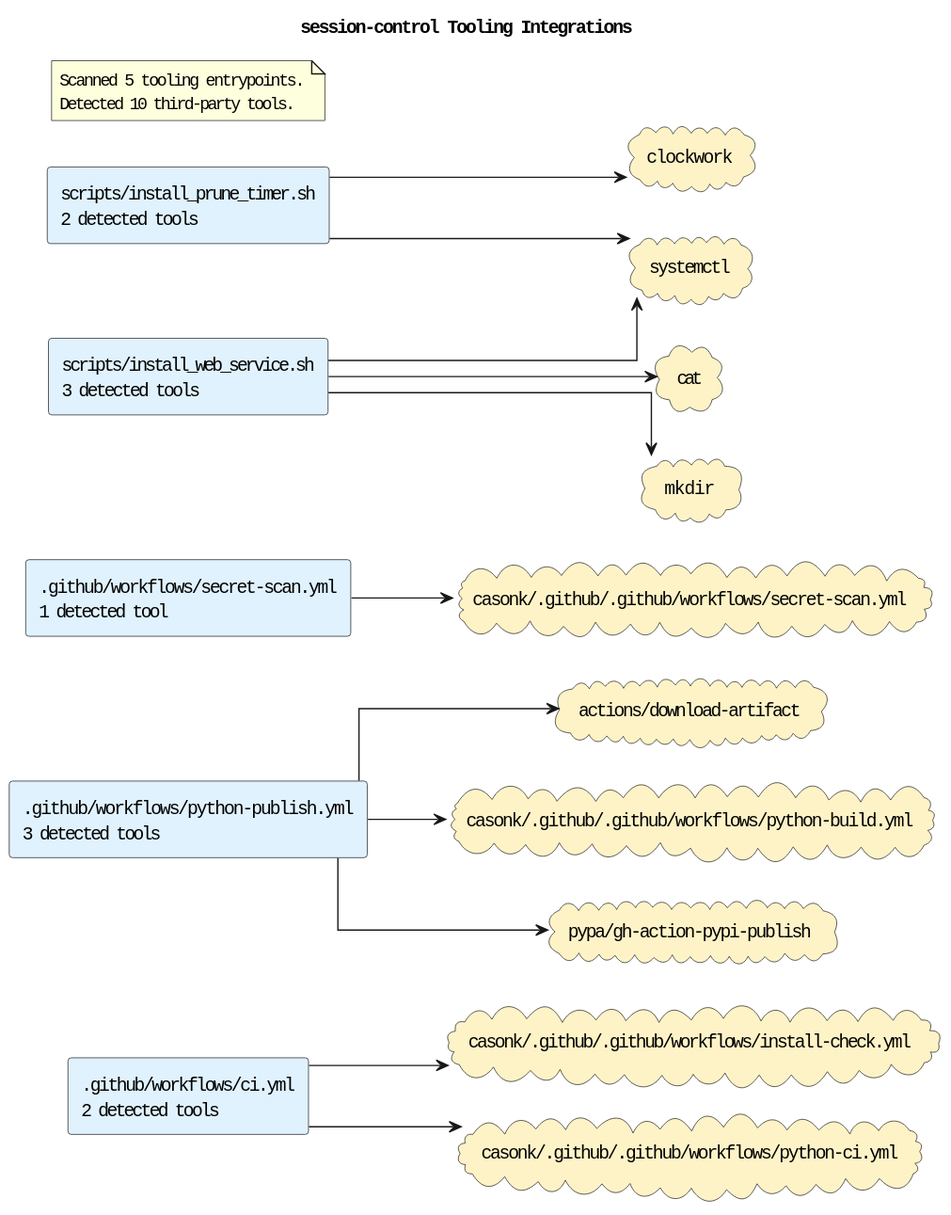
This is docs/diagrams/tooling-integrations.puml.svg from casonk/session-control, a PlantUML export, as it was before one commit.
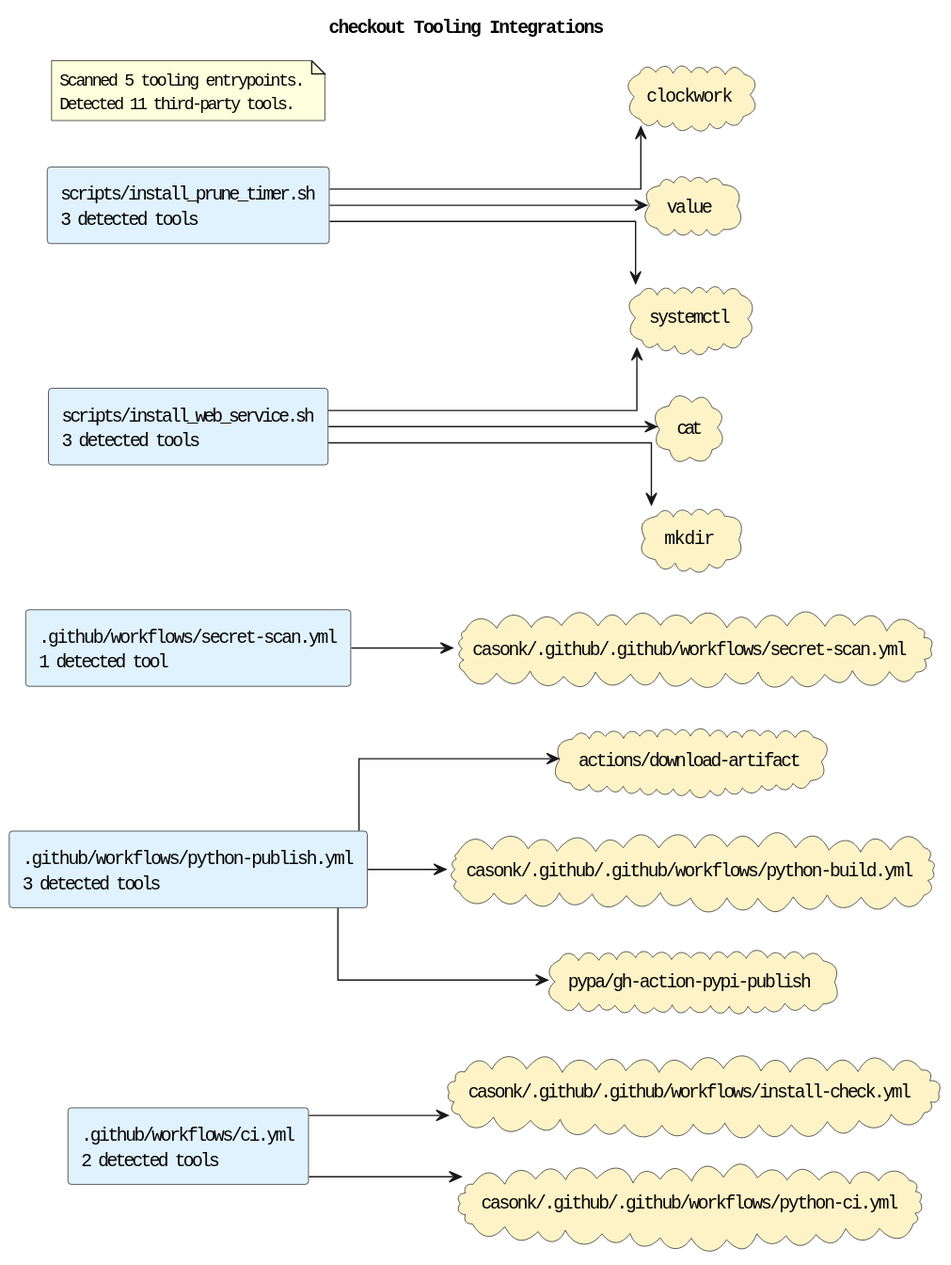
The same file after the commit.

Diff of the diagram source:
```diff
@@ -1,5 +1,5 @@
 @startuml
-title session-control Tooling Integrations
+title checkout Tooling Integrations
 left to right direction
 skinparam shadowing false
 skinparam defaultFontName Monospace
@@ -8,7 +8,7 @@
 rectangle ".github/workflows/ci.yml\n2 detected tools" as source_github_workflows_ci_yml #E0F2FE
 rectangle ".github/workflows/python-publish.yml\n3 detected tools" as source_github_workflows_python_publish_yml #E0F2FE
 rectangle ".github/workflows/secret-scan.yml\n1 detected tool" as source_github_workflows_secret_scan_yml #E0F2FE
-rectangle "scripts/install_prune_timer.sh\n2 detected tools" as source_scripts_install_prune_timer_sh #E0F2FE
+rectangle "scripts/install_prune_timer.sh\n3 detected tools" as source_scripts_install_prune_timer_sh #E0F2FE
 rectangle "scripts/install_web_service.sh\n3 detected tools" as source_scripts_install_web_service_sh #E0F2FE
 cloud "actions/download-artifact" as tool_actions_download_artifact #FEF3C7
 cloud "casonk/.github/.github/workflows/install-check.yml" as tool_casonk_github_github_workflows_install_check_yml #FEF3C7
@@ -20,6 +20,7 @@
 cloud "mkdir" as tool_mkdir #FEF3C7
 cloud "pypa/gh-action-pypi-publish" as tool_pypa_gh_action_pypi_publish #FEF3C7
 cloud "systemctl" as tool_systemctl #FEF3C7
+cloud "value" as tool_value #FEF3C7
 source_github_workflows_ci_yml --> tool_casonk_github_github_workflows_install_check_yml
 source_github_workflows_ci_yml --> tool_casonk_github_github_workflows_python_ci_yml
 source_github_workflows_python_publish_yml --> tool_actions_download_artifact
@@ -28,11 +29,12 @@
 source_github_workflows_secret_scan_yml --> tool_casonk_github_github_workflows_secret_scan_yml
 source_scripts_install_prune_timer_sh --> tool_clockwork
 source_scripts_install_prune_timer_sh --> tool_systemctl
+source_scripts_install_prune_timer_sh --> tool_value
 source_scripts_install_web_service_sh --> tool_cat
 source_scripts_install_web_service_sh --> tool_mkdir
 source_scripts_install_web_service_sh --> tool_systemctl
 note as toolingGraphSummary
 Scanned 5 tooling entrypoints.
-Detected 10 third-party tools.
+Detected 11 third-party tools.
 end note
 @enduml
```
